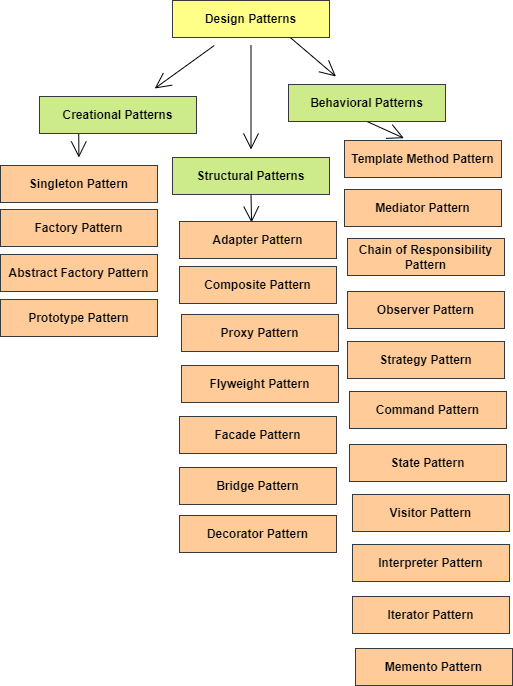
This is designpatterns.png from shilpathota/FlowCharts, a draw.io export, as it was before one commit. Source tidied: cells renumbered, new cells last; positions are measured from the earlier drawing's top-left corner, leaving out a move shared by most shapes.
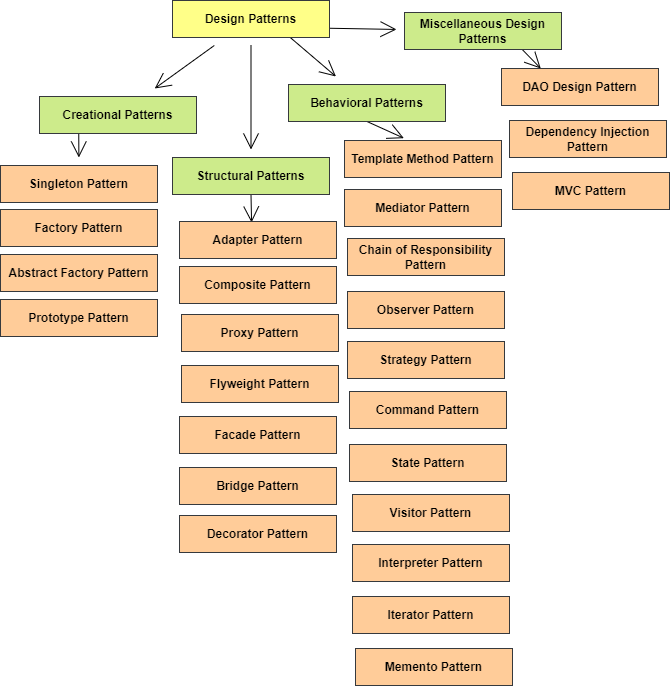
After the commit.

What changed in the source:
```diff
@@ -11,6 +11,9 @@
     <mxCell id="4" style="edgeStyle=none;curved=1;rounded=0;jettySize=auto;html=1;exitX=0.75;exitY=1;exitDx=0;exitDy=0;endArrow=open;startSize=14;endSize=14;sourcePerimeterSpacing=8;targetPerimeterSpacing=8;" parent="1" edge="1" source="5" target="12">
       <mxGeometry relative="1" as="geometry" />
     </mxCell>
+    <mxCell id="35" style="edgeStyle=none;curved=1;rounded=0;jettySize=auto;html=1;exitX=1;exitY=0.75;exitDx=0;exitDy=0;endArrow=open;startSize=14;endSize=14;sourcePerimeterSpacing=8;targetPerimeterSpacing=8;" parent="1" edge="1" source="5" target="37">
+      <mxGeometry relative="1" as="geometry" />
+    </mxCell>
     <mxCell id="5" value="Design Patterns" style="rounded=0;whiteSpace=wrap;html=1;hachureGap=4;fillColor=#ffff88;strokeColor=#36393d;fontStyle=1;" parent="1" vertex="1">
       <mxGeometry x="172" width="157" height="37" as="geometry" />
     </mxCell>
@@ -103,5 +106,20 @@
     <mxCell id="34" value="Memento Pattern" style="rounded=0;whiteSpace=wrap;html=1;hachureGap=4;fillColor=#ffcc99;strokeColor=#36393d;fontStyle=1;" parent="1" vertex="1">
       <mxGeometry x="355" y="648" width="157" height="37" as="geometry" />
     </mxCell>
+    <mxCell id="36" style="edgeStyle=none;curved=1;rounded=0;jettySize=auto;html=1;exitX=0.75;exitY=1;exitDx=0;exitDy=0;entryX=0.25;entryY=0;entryDx=0;entryDy=0;endArrow=open;startSize=14;endSize=14;sourcePerimeterSpacing=8;targetPerimeterSpacing=8;" parent="1" edge="1" source="37" target="38">
+      <mxGeometry relative="1" as="geometry" />
+    </mxCell>
+    <mxCell id="37" value="Miscellaneous Design Patterns" style="rounded=0;whiteSpace=wrap;html=1;hachureGap=4;fillColor=#cdeb8b;strokeColor=#36393d;fontStyle=1;" parent="1" vertex="1">
+      <mxGeometry x="404" y="12" width="157" height="37" as="geometry" />
+    </mxCell>
+    <mxCell id="38" value="DAO Design Pattern" style="rounded=0;whiteSpace=wrap;html=1;hachureGap=4;fillColor=#ffcc99;strokeColor=#36393d;fontStyle=1;" parent="1" vertex="1">
+      <mxGeometry x="501" y="68" width="157" height="37" as="geometry" />
+    </mxCell>
+    <mxCell id="39" value="Dependency Injection Pattern" style="rounded=0;whiteSpace=wrap;html=1;hachureGap=4;fillColor=#ffcc99;strokeColor=#36393d;fontStyle=1;" parent="1" vertex="1">
+      <mxGeometry x="509" y="120" width="157" height="37" as="geometry" />
+    </mxCell>
+    <mxCell id="40" value="MVC Pattern" style="rounded=0;whiteSpace=wrap;html=1;hachureGap=4;fillColor=#ffcc99;strokeColor=#36393d;fontStyle=1;" parent="1" vertex="1">
+      <mxGeometry x="512" y="172" width="157" height="37" as="geometry" />
+    </mxCell>
   </root>
 </mxGraphModel>
```
